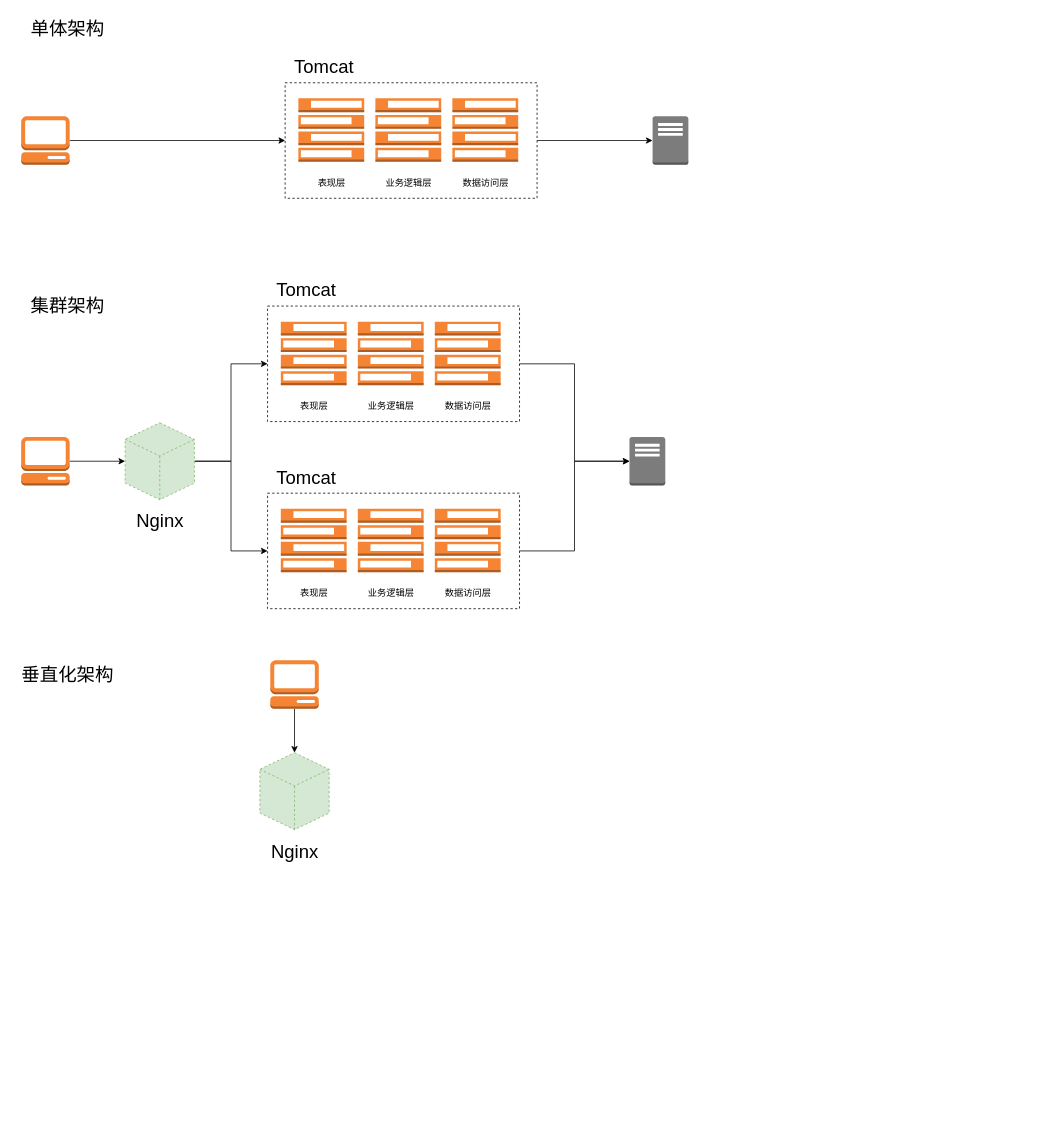
The draw.io diagram 微服务.drawio in LuOyEbY/draw-b, before the edit. Source tidied: cells renumbered, new cells numbered last; positions are measured from the earlier drawing's top-left corner, leaving out a move shared by most shapes. Both pictures are drawn from the tidied source at 77%, with x=0, y=0 at pixel (13, 13).
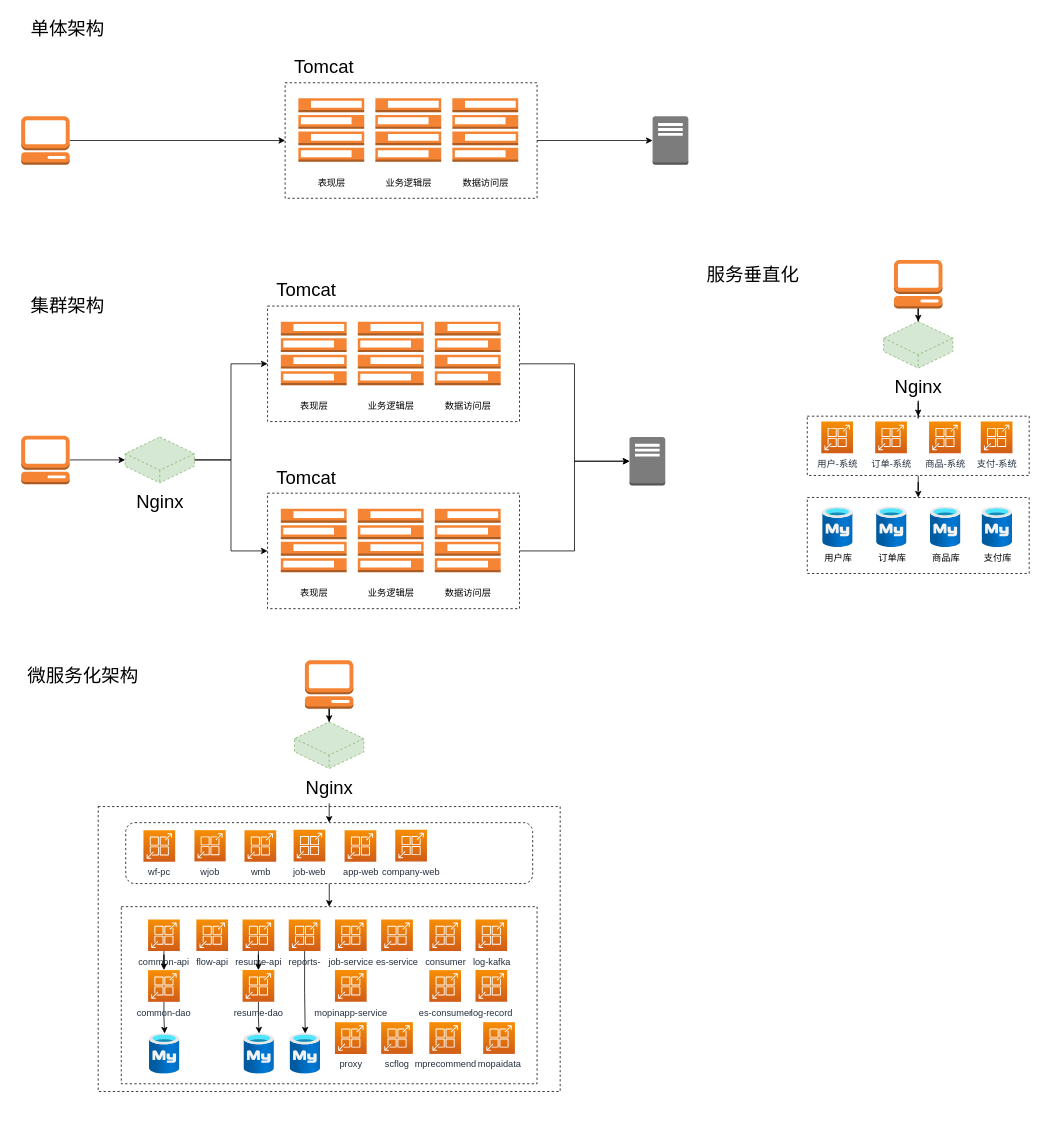
The same page after the edit.

Commit message (it also covers changes not shown here):
更新微服务.drawio

Unchanged cells that the change refers to:
```xml
<mxCell id="30" style="rounded=0;whiteSpace=wrap;html=1;dashed=1;" parent="29" vertex="1">
  <mxGeometry width="327.2" height="150" as="geometry" />
</mxCell>
```

Diff of the diagram source:
```diff
@@
+    <mxCell id="53" style="rounded=0;whiteSpace=wrap;html=1;dashed=1;fontSize=24;" parent="1" vertex="1">
+      <mxGeometry x="110" y="1030" width="600" height="370" as="geometry" />
+    </mxCell>
+    <mxCell id="54" style="edgeStyle=orthogonalEdgeStyle;rounded=0;jettySize=auto;html=1;fontSize=24;" parent="1" edge="1" source="55" target="57">
+      <mxGeometry relative="1" as="geometry" />
+    </mxCell>
+    <mxCell id="55" style="rounded=1;whiteSpace=wrap;html=1;dashed=1;fontSize=24;" parent="1" vertex="1">
+      <mxGeometry x="145.8" y="1050.9" width="528.5" height="79.1" as="geometry" />
+    </mxCell>
@@
     <mxCell id="17" style="outlineConnect=0;dashed=0;verticalLabelPosition=bottom;verticalAlign=top;align=center;html=1;shape=mxgraph.aws3.management_console;fillColor=#F58534;gradientColor=none;" parent="1" vertex="1">
-      <mxGeometry x="10" y="550" width="63" height="63" as="geometry" />
+      <mxGeometry x="10" y="548.3" width="63" height="63" as="geometry" />
     </mxCell>
@@
-    <mxCell id="42" style="edgeStyle=orthogonalEdgeStyle;rounded=0;jettySize=auto;html=1;fontSize=24;" parent="1" edge="1" source="48" target="30">
-      <mxGeometry relative="1" as="geometry" />
-    </mxCell>
@@
-    <mxCell id="44" value="垂直化架构" style="text;html=1;align=center;verticalAlign=middle;strokeColor=none;fillColor=none;fontSize=24;" parent="1" vertex="1">
-      <mxGeometry y="840" width="140" height="40" as="geometry" />
+    <mxCell id="44" value="微服务化架构" style="text;html=1;align=center;verticalAlign=middle;strokeColor=none;fillColor=none;fontSize=24;" parent="1" vertex="1">
+      <mxGeometry x="9" y="840" width="162" height="41" as="geometry" />
     </mxCell>
@@
     <mxCell id="46" style="outlineConnect=0;dashed=0;verticalLabelPosition=bottom;verticalAlign=top;align=center;html=1;shape=mxgraph.aws3.management_console;fillColor=#F58534;gradientColor=none;" parent="1" vertex="1">
-      <mxGeometry x="333.5" y="840" width="63" height="63" as="geometry" />
+      <mxGeometry x="378.5" y="840" width="63" height="63" as="geometry" />
     </mxCell>
     <mxCell id="47" style="group;" parent="1" vertex="1">
-      <mxGeometry x="145" y="531.5" width="90" height="148.5" as="geometry" />
+      <mxGeometry x="145" y="550" width="90" height="88.5" as="geometry" />
     </mxCell>
     <mxCell id="48" style="html=1;whiteSpace=wrap;shape=isoCube2;backgroundOutline=1;isoAngle=15;dashed=1;fontSize=24;fillColor=#d5e8d4;strokeColor=#82b366;" parent="47" vertex="1">
-      <mxGeometry width="90" height="100" as="geometry" />
+      <mxGeometry width="90" height="59.6" as="geometry" />
     </mxCell>
     <mxCell id="49" value="Nginx" style="text;html=1;align=center;verticalAlign=middle;strokeColor=none;fillColor=none;fontSize=24;" parent="47" vertex="1">
-      <mxGeometry x="5" y="108.5" width="80" height="40" as="geometry" />
+      <mxGeometry x="5" y="64.7" width="80" height="40" as="geometry" />
     </mxCell>
     <mxCell id="50" style="group;" parent="1" vertex="1">
-      <mxGeometry x="320" y="960" width="90" height="148.5" as="geometry" />
+      <mxGeometry x="365" y="920" width="90" height="90" as="geometry" />
     </mxCell>
     <mxCell id="51" style="html=1;whiteSpace=wrap;shape=isoCube2;backgroundOutline=1;isoAngle=15;dashed=1;fontSize=24;fillColor=#d5e8d4;strokeColor=#82b366;" parent="50" vertex="1">
-      <mxGeometry width="90" height="100" as="geometry" />
+      <mxGeometry width="90" height="60.6" as="geometry" />
     </mxCell>
     <mxCell id="52" value="Nginx" style="text;html=1;align=center;verticalAlign=middle;points=[];strokeColor=none;fillColor=none;fontSize=24;" parent="50" vertex="1">
-      <mxGeometry x="5" y="108.5" width="80" height="40" as="geometry" />
+      <mxGeometry x="5" y="65.8" width="80" height="40" as="geometry" />
     </mxCell>
+    <mxCell id="42" style="edgeStyle=orthogonalEdgeStyle;rounded=0;jettySize=auto;html=1;entryX=0;entryY=0.5;entryDx=0;entryDy=0;fontSize=24;" parent="1" edge="1" source="48" target="30">
+      <mxGeometry relative="1" as="geometry" />
+    </mxCell>
+    <mxCell id="56" style="group;" parent="1" vertex="1">
+      <mxGeometry x="140" y="1160" width="540" height="280" as="geometry" />
+    </mxCell>
+    <mxCell id="57" style="rounded=0;whiteSpace=wrap;html=1;dashed=1;fontSize=24;" parent="56" vertex="1">
+      <mxGeometry width="540" height="230" as="geometry" />
+    </mxCell>
+    <mxCell id="58" value="common-api" style="sketch=0;points=[[0,0,0],[0.25,0,0],[0.5,0,0],[0.75,0,0],[1,0,0],[0,1,0],[0.25,1,0],[0.5,1,0],[0.75,1,0],[1,1,0],[0,0.25,0],[0,0.5,0],[0,0.75,0],[1,0.25,0],[1,0.5,0],[1,0.75,0]];outlineConnect=0;fontColor=#232F3E;gradientColor=#F78E04;gradientDirection=north;fillColor=#D05C17;strokeColor=#ffffff;dashed=0;verticalLabelPosition=bottom;verticalAlign=top;align=center;html=1;fontSize=12;fontStyle=0;shape=mxgraph.aws4.resourceIcon;resIcon=mxgraph.aws4.app_runner;" parent="56" vertex="1">
+      <mxGeometry x="34.8" y="16.5" width="41.2" height="41.2" as="geometry" />
+    </mxCell>
+    <mxCell id="59" value="flow-api" style="sketch=0;fontColor=#232F3E;gradientColor=#F78E04;gradientDirection=north;fillColor=#D05C17;strokeColor=#ffffff;dashed=0;verticalLabelPosition=bottom;verticalAlign=top;align=center;html=1;fontSize=12;fontStyle=0;shape=mxgraph.aws4.resourceIcon;resIcon=mxgraph.aws4.app_runner;" parent="56" vertex="1">
+      <mxGeometry x="97.5" y="16.5" width="41.2" height="41.2" as="geometry" />
+    </mxCell>
+    <mxCell id="60" value="resume-api" style="sketch=0;points=[[0,0,0],[0.25,0,0],[0.5,0,0],[0.75,0,0],[1,0,0],[0,1,0],[0.25,1,0],[0.5,1,0],[0.75,1,0],[1,1,0],[0,0.25,0],[0,0.5,0],[0,0.75,0],[1,0.25,0],[1,0.5,0],[1,0.75,0]];outlineConnect=0;fontColor=#232F3E;gradientColor=#F78E04;gradientDirection=north;fillColor=#D05C17;strokeColor=#ffffff;dashed=0;verticalLabelPosition=bottom;verticalAlign=top;align=center;html=1;fontSize=12;fontStyle=0;shape=mxgraph.aws4.resourceIcon;resIcon=mxgraph.aws4.app_runner;" parent="56" vertex="1">
+      <mxGeometry x="157.5" y="16.5" width="41.2" height="41.2" as="geometry" />
+    </mxCell>
+    <mxCell id="61" style="html=1;points=[];align=center;image;fontSize=12;image=img/lib/azure2/databases/Azure_Database_MySQL_Server.svg;dashed=1;" parent="56" vertex="1">
+      <mxGeometry x="36.5" y="164.7" width="39.5" height="52.7" as="geometry" />
+    </mxCell>
+    <mxCell id="62" style="html=1;points=[];align=center;image;fontSize=12;image=img/lib/azure2/databases/Azure_Database_MySQL_Server.svg;dashed=1;" parent="56" vertex="1">
+      <mxGeometry x="159.2" y="164.7" width="39.5" height="52.7" as="geometry" />
+    </mxCell>
+    <mxCell id="63" style="edgeStyle=orthogonalEdgeStyle;rounded=0;jettySize=auto;html=1;fontSize=24;" parent="56" edge="1" source="64" target="61">
+      <mxGeometry relative="1" as="geometry" />
+    </mxCell>
+    <mxCell id="64" value="common-dao" style="sketch=0;points=[[0,0,0],[0.25,0,0],[0.5,0,0],[0.75,0,0],[1,0,0],[0,1,0],[0.25,1,0],[0.5,1,0],[0.75,1,0],[1,1,0],[0,0.25,0],[0,0.5,0],[0,0.75,0],[1,0.25,0],[1,0.5,0],[1,0.75,0]];outlineConnect=0;fontColor=#232F3E;gradientColor=#F78E04;gradientDirection=north;fillColor=#D05C17;strokeColor=#ffffff;dashed=0;verticalLabelPosition=bottom;verticalAlign=top;align=center;html=1;fontSize=12;fontStyle=0;shape=mxgraph.aws4.resourceIcon;resIcon=mxgraph.aws4.app_runner;" parent="56" vertex="1">
+      <mxGeometry x="34.8" y="82.4" width="41.2" height="41.2" as="geometry" />
+    </mxCell>
+    <mxCell id="65" style="edgeStyle=orthogonalEdgeStyle;rounded=0;jettySize=auto;html=1;fontSize=24;" parent="56" edge="1" source="58" target="64">
+      <mxGeometry relative="1" as="geometry" />
+    </mxCell>
+    <mxCell id="66" style="edgeStyle=orthogonalEdgeStyle;rounded=0;jettySize=auto;html=1;fontSize=24;" parent="56" edge="1" source="67" target="62">
+      <mxGeometry relative="1" as="geometry" />
+    </mxCell>
+    <mxCell id="67" value="resume-dao" style="sketch=0;points=[[0,0,0],[0.25,0,0],[0.5,0,0],[0.75,0,0],[1,0,0],[0,1,0],[0.25,1,0],[0.5,1,0],[0.75,1,0],[1,1,0],[0,0.25,0],[0,0.5,0],[0,0.75,0],[1,0.25,0],[1,0.5,0],[1,0.75,0]];outlineConnect=0;fontColor=#232F3E;gradientColor=#F78E04;gradientDirection=north;fillColor=#D05C17;strokeColor=#ffffff;dashed=0;verticalLabelPosition=bottom;verticalAlign=top;align=center;html=1;fontSize=12;fontStyle=0;shape=mxgraph.aws4.resourceIcon;resIcon=mxgraph.aws4.app_runner;" parent="56" vertex="1">
+      <mxGeometry x="157.5" y="82.4" width="41.2" height="41.2" as="geometry" />
+    </mxCell>
+    <mxCell id="68" style="edgeStyle=orthogonalEdgeStyle;rounded=0;jettySize=auto;html=1;fontSize=24;" parent="56" edge="1" source="60" target="67">
+      <mxGeometry relative="1" as="geometry" />
+    </mxCell>
+    <mxCell id="69" style="edgeStyle=orthogonalEdgeStyle;rounded=0;jettySize=auto;html=1;fontSize=24;" parent="56" edge="1" source="70" target="71">
+      <mxGeometry relative="1" as="geometry" />
+    </mxCell>
+    <mxCell id="70" value="reports-" style="sketch=0;points=[[0,0,0],[0.25,0,0],[0.5,0,0],[0.75,0,0],[1,0,0],[0,1,0],[0.25,1,0],[0.5,1,0],[0.75,1,0],[1,1,0],[0,0.25,0],[0,0.5,0],[0,0.75,0],[1,0.25,0],[1,0.5,0],[1,0.75,0]];outlineConnect=0;fontColor=#232F3E;gradientColor=#F78E04;gradientDirection=north;fillColor=#D05C17;strokeColor=#ffffff;dashed=0;verticalLabelPosition=bottom;verticalAlign=top;align=center;html=1;fontSize=12;fontStyle=0;shape=mxgraph.aws4.resourceIcon;resIcon=mxgraph.aws4.app_runner;" parent="56" vertex="1">
+      <mxGeometry x="217.5" y="16.5" width="41.2" height="41.2" as="geometry" />
+    </mxCell>
+    <mxCell id="71" style="html=1;points=[];align=center;image;fontSize=12;image=img/lib/azure2/databases/Azure_Database_MySQL_Server.svg;dashed=1;" parent="56" vertex="1">
+      <mxGeometry x="219.1" y="164.7" width="39.5" height="52.7" as="geometry" />
+    </mxCell>
+    <mxCell id="72" value="job-service" style="sketch=0;fontColor=#232F3E;gradientColor=#F78E04;gradientDirection=north;fillColor=#D05C17;strokeColor=#ffffff;dashed=0;verticalLabelPosition=bottom;verticalAlign=top;align=center;html=1;fontSize=12;fontStyle=0;shape=mxgraph.aws4.resourceIcon;resIcon=mxgraph.aws4.app_runner;" parent="56" vertex="1">
+      <mxGeometry x="277.5" y="16.5" width="41.2" height="41.2" as="geometry" />
+    </mxCell>
+    <mxCell id="73" value="es-service" style="sketch=0;fontColor=#232F3E;gradientColor=#F78E04;gradientDirection=north;fillColor=#D05C17;strokeColor=#ffffff;dashed=0;verticalLabelPosition=bottom;verticalAlign=top;align=center;html=1;fontSize=12;fontStyle=0;shape=mxgraph.aws4.resourceIcon;resIcon=mxgraph.aws4.app_runner;" parent="56" vertex="1">
+      <mxGeometry x="337.5" y="16.5" width="41.2" height="41.2" as="geometry" />
+    </mxCell>
+    <mxCell id="74" value="mopinapp-service" style="sketch=0;fontColor=#232F3E;gradientColor=#F78E04;gradientDirection=north;fillColor=#D05C17;strokeColor=#ffffff;dashed=0;verticalLabelPosition=bottom;verticalAlign=top;align=center;html=1;fontSize=12;fontStyle=0;shape=mxgraph.aws4.resourceIcon;resIcon=mxgraph.aws4.app_runner;" parent="56" vertex="1">
+      <mxGeometry x="277.5" y="82.4" width="41.2" height="41.2" as="geometry" />
+    </mxCell>
+    <mxCell id="75" value="consumer" style="sketch=0;fontColor=#232F3E;gradientColor=#F78E04;gradientDirection=north;fillColor=#D05C17;strokeColor=#ffffff;dashed=0;verticalLabelPosition=bottom;verticalAlign=top;align=center;html=1;fontSize=12;fontStyle=0;shape=mxgraph.aws4.resourceIcon;resIcon=mxgraph.aws4.app_runner;" parent="56" vertex="1">
+      <mxGeometry x="400" y="16.5" width="41.2" height="41.2" as="geometry" />
+    </mxCell>
+    <mxCell id="76" value="es-consumer" style="sketch=0;fontColor=#232F3E;gradientColor=#F78E04;gradientDirection=north;fillColor=#D05C17;strokeColor=#ffffff;dashed=0;verticalLabelPosition=bottom;verticalAlign=top;align=center;html=1;fontSize=12;fontStyle=0;shape=mxgraph.aws4.resourceIcon;resIcon=mxgraph.aws4.app_runner;" parent="56" vertex="1">
+      <mxGeometry x="400" y="82.4" width="41.2" height="41.2" as="geometry" />
+    </mxCell>
+    <mxCell id="77" value="proxy" style="sketch=0;fontColor=#232F3E;gradientColor=#F78E04;gradientDirection=north;fillColor=#D05C17;strokeColor=#ffffff;dashed=0;verticalLabelPosition=bottom;verticalAlign=top;align=center;html=1;fontSize=12;fontStyle=0;shape=mxgraph.aws4.resourceIcon;resIcon=mxgraph.aws4.app_runner;" parent="56" vertex="1">
+      <mxGeometry x="277.5" y="150" width="41.2" height="41.2" as="geometry" />
+    </mxCell>
+    <mxCell id="78" value="log-kafka" style="sketch=0;fontColor=#232F3E;gradientColor=#F78E04;gradientDirection=north;fillColor=#D05C17;strokeColor=#ffffff;dashed=0;verticalLabelPosition=bottom;verticalAlign=top;align=center;html=1;fontSize=12;fontStyle=0;shape=mxgraph.aws4.resourceIcon;resIcon=mxgraph.aws4.app_runner;" parent="56" vertex="1">
+      <mxGeometry x="460" y="16.5" width="41.2" height="41.2" as="geometry" />
+    </mxCell>
+    <mxCell id="79" value="scflog" style="sketch=0;fontColor=#232F3E;gradientColor=#F78E04;gradientDirection=north;fillColor=#D05C17;strokeColor=#ffffff;dashed=0;verticalLabelPosition=bottom;verticalAlign=top;align=center;html=1;fontSize=12;fontStyle=0;shape=mxgraph.aws4.resourceIcon;resIcon=mxgraph.aws4.app_runner;" parent="56" vertex="1">
+      <mxGeometry x="337.5" y="150" width="41.2" height="41.2" as="geometry" />
+    </mxCell>
+    <mxCell id="80" value="log-record" style="sketch=0;fontColor=#232F3E;gradientColor=#F78E04;gradientDirection=north;fillColor=#D05C17;strokeColor=#ffffff;dashed=0;verticalLabelPosition=bottom;verticalAlign=top;align=center;html=1;fontSize=12;fontStyle=0;shape=mxgraph.aws4.resourceIcon;resIcon=mxgraph.aws4.app_runner;" parent="56" vertex="1">
+      <mxGeometry x="460" y="82.4" width="41.2" height="41.2" as="geometry" />
+    </mxCell>
+    <mxCell id="81" value="mprecommend" style="sketch=0;fontColor=#232F3E;gradientColor=#F78E04;gradientDirection=north;fillColor=#D05C17;strokeColor=#ffffff;dashed=0;verticalLabelPosition=bottom;verticalAlign=top;align=center;html=1;fontSize=12;fontStyle=0;shape=mxgraph.aws4.resourceIcon;resIcon=mxgraph.aws4.app_runner;" parent="56" vertex="1">
+      <mxGeometry x="400" y="150" width="41.2" height="41.2" as="geometry" />
+    </mxCell>
+    <mxCell id="82" value="mopaidata&lt;br&gt;" style="sketch=0;fontColor=#232F3E;gradientColor=#F78E04;gradientDirection=north;fillColor=#D05C17;strokeColor=#ffffff;dashed=0;verticalLabelPosition=bottom;verticalAlign=top;align=center;html=1;fontSize=12;fontStyle=0;shape=mxgraph.aws4.resourceIcon;resIcon=mxgraph.aws4.app_runner;" parent="56" vertex="1">
+      <mxGeometry x="470" y="150" width="41.2" height="41.2" as="geometry" />
+    </mxCell>
+    <mxCell id="83" value="wf-pc" style="sketch=0;fontColor=#232F3E;gradientColor=#F78E04;gradientDirection=north;fillColor=#D05C17;strokeColor=#ffffff;dashed=0;verticalLabelPosition=bottom;verticalAlign=top;align=center;html=1;fontSize=12;fontStyle=0;shape=mxgraph.aws4.resourceIcon;resIcon=mxgraph.aws4.app_runner;" parent="1" vertex="1">
+      <mxGeometry x="168.8" y="1060.6" width="41.2" height="41.2" as="geometry" />
+    </mxCell>
+    <mxCell id="84" value="wjob" style="sketch=0;fontColor=#232F3E;gradientColor=#F78E04;gradientDirection=north;fillColor=#D05C17;strokeColor=#ffffff;dashed=0;verticalLabelPosition=bottom;verticalAlign=top;align=center;html=1;fontSize=12;fontStyle=0;shape=mxgraph.aws4.resourceIcon;resIcon=mxgraph.aws4.app_runner;" parent="1" vertex="1">
+      <mxGeometry x="235" y="1060.6" width="40.6" height="40.6" as="geometry" />
+    </mxCell>
+    <mxCell id="85" value="wmb" style="sketch=0;fontColor=#232F3E;gradientColor=#F78E04;gradientDirection=north;fillColor=#D05C17;strokeColor=#ffffff;dashed=0;verticalLabelPosition=bottom;verticalAlign=top;align=center;html=1;fontSize=12;fontStyle=0;shape=mxgraph.aws4.resourceIcon;resIcon=mxgraph.aws4.app_runner;" parent="1" vertex="1">
+      <mxGeometry x="300" y="1060.6" width="41.2" height="41.2" as="geometry" />
+    </mxCell>
+    <mxCell id="86" style="edgeStyle=orthogonalEdgeStyle;rounded=0;jettySize=auto;html=1;entryX=0.5;entryY=0;entryDx=0;entryDy=0;fontSize=24;" parent="1" edge="1" source="52" target="55">
+      <mxGeometry relative="1" as="geometry" />
+    </mxCell>
+    <mxCell id="87" value="job-web" style="sketch=0;fontColor=#232F3E;gradientColor=#F78E04;gradientDirection=north;fillColor=#D05C17;strokeColor=#ffffff;dashed=0;verticalLabelPosition=bottom;verticalAlign=top;align=center;html=1;fontSize=12;fontStyle=0;shape=mxgraph.aws4.resourceIcon;resIcon=mxgraph.aws4.app_runner;" parent="1" vertex="1">
+      <mxGeometry x="363.8" y="1060" width="41.2" height="41.2" as="geometry" />
+    </mxCell>
+    <mxCell id="88" value="app-web" style="sketch=0;fontColor=#232F3E;gradientColor=#F78E04;gradientDirection=north;fillColor=#D05C17;strokeColor=#ffffff;dashed=0;verticalLabelPosition=bottom;verticalAlign=top;align=center;html=1;fontSize=12;fontStyle=0;shape=mxgraph.aws4.resourceIcon;resIcon=mxgraph.aws4.app_runner;" parent="1" vertex="1">
+      <mxGeometry x="430" y="1060.6" width="41.2" height="41.2" as="geometry" />
+    </mxCell>
+    <mxCell id="89" value="company-web" style="sketch=0;fontColor=#232F3E;gradientColor=#F78E04;gradientDirection=north;fillColor=#D05C17;strokeColor=#ffffff;dashed=0;verticalLabelPosition=bottom;verticalAlign=top;align=center;html=1;fontSize=12;fontStyle=0;shape=mxgraph.aws4.resourceIcon;resIcon=mxgraph.aws4.app_runner;" parent="1" vertex="1">
+      <mxGeometry x="495.8" y="1060" width="41.2" height="41.2" as="geometry" />
+    </mxCell>
+    <mxCell id="90" style="edgeStyle=orthogonalEdgeStyle;rounded=0;jettySize=auto;html=1;entryX=0.5;entryY=0;entryDx=0;entryDy=0;entryPerimeter=0;fontSize=24;" parent="1" edge="1" source="91" target="93">
+      <mxGeometry relative="1" as="geometry" />
+    </mxCell>
+    <mxCell id="91" style="outlineConnect=0;dashed=0;verticalLabelPosition=bottom;verticalAlign=top;align=center;html=1;shape=mxgraph.aws3.management_console;fillColor=#F58534;gradientColor=none;" parent="1" vertex="1">
+      <mxGeometry x="1143.5" y="320" width="63" height="63" as="geometry" />
+    </mxCell>
+    <mxCell id="92" style="group;" parent="1" vertex="1">
+      <mxGeometry x="1130" y="400" width="90" height="90" as="geometry" />
+    </mxCell>
+    <mxCell id="93" style="html=1;whiteSpace=wrap;shape=isoCube2;backgroundOutline=1;isoAngle=15;dashed=1;fontSize=24;fillColor=#d5e8d4;strokeColor=#82b366;" parent="92" vertex="1">
+      <mxGeometry width="90" height="60.6" as="geometry" />
+    </mxCell>
+    <mxCell id="94" value="Nginx" style="text;html=1;align=center;verticalAlign=middle;points=[];strokeColor=none;fillColor=none;fontSize=24;" parent="92" vertex="1">
+      <mxGeometry x="5" y="65.8" width="80" height="40" as="geometry" />
+    </mxCell>
+    <mxCell id="95" style="edgeStyle=orthogonalEdgeStyle;rounded=0;jettySize=auto;html=1;entryX=0.5;entryY=0;entryDx=0;entryDy=0;fontSize=24;" parent="1" edge="1" source="96" target="101">
+      <mxGeometry relative="1" as="geometry" />
+    </mxCell>
+    <mxCell id="96" style="rounded=0;whiteSpace=wrap;html=1;dashed=1;fontSize=24;" parent="1" vertex="1">
+      <mxGeometry x="1030.9" y="523" width="288.2" height="77" as="geometry" />
+    </mxCell>
+    <mxCell id="97" value="用户-系统" style="sketch=0;fontColor=#232F3E;gradientColor=#F78E04;gradientDirection=north;fillColor=#D05C17;strokeColor=#ffffff;dashed=0;verticalLabelPosition=bottom;verticalAlign=top;align=center;html=1;fontSize=12;fontStyle=0;shape=mxgraph.aws4.resourceIcon;resIcon=mxgraph.aws4.app_runner;" parent="1" vertex="1">
+      <mxGeometry x="1049.1" y="530" width="41.2" height="41.2" as="geometry" />
+    </mxCell>
+    <mxCell id="98" value="订单-系统" style="sketch=0;fontColor=#232F3E;gradientColor=#F78E04;gradientDirection=north;fillColor=#D05C17;strokeColor=#ffffff;dashed=0;verticalLabelPosition=bottom;verticalAlign=top;align=center;html=1;fontSize=12;fontStyle=0;shape=mxgraph.aws4.resourceIcon;resIcon=mxgraph.aws4.app_runner;" parent="1" vertex="1">
+      <mxGeometry x="1119.1" y="530" width="41.2" height="41.2" as="geometry" />
+    </mxCell>
+    <mxCell id="99" value="商品-系统" style="sketch=0;fontColor=#232F3E;gradientColor=#F78E04;gradientDirection=north;fillColor=#D05C17;strokeColor=#ffffff;dashed=0;verticalLabelPosition=bottom;verticalAlign=top;align=center;html=1;fontSize=12;fontStyle=0;shape=mxgraph.aws4.resourceIcon;resIcon=mxgraph.aws4.app_runner;" parent="1" vertex="1">
+      <mxGeometry x="1189.1" y="530" width="41.2" height="41.2" as="geometry" />
+    </mxCell>
+    <mxCell id="100" value="支付-系统" style="sketch=0;fontColor=#232F3E;gradientColor=#F78E04;gradientDirection=north;fillColor=#D05C17;strokeColor=#ffffff;dashed=0;verticalLabelPosition=bottom;verticalAlign=top;align=center;html=1;fontSize=12;fontStyle=0;shape=mxgraph.aws4.resourceIcon;resIcon=mxgraph.aws4.app_runner;" parent="1" vertex="1">
+      <mxGeometry x="1256.2" y="530" width="41.2" height="41.2" as="geometry" />
+    </mxCell>
+    <mxCell id="101" style="rounded=0;whiteSpace=wrap;html=1;dashed=1;fontSize=24;" parent="1" vertex="1">
+      <mxGeometry x="1030.9" y="628.6" width="288.2" height="98.7" as="geometry" />
+    </mxCell>
+    <mxCell id="102" value="用户库" style="html=1;align=center;image;fontSize=12;image=img/lib/azure2/databases/Azure_Database_MySQL_Server.svg;dashed=1;" parent="1" vertex="1">
+      <mxGeometry x="1050.8" y="640.8" width="39.5" height="52.7" as="geometry" />
+    </mxCell>
+    <mxCell id="103" value="订单库" style="html=1;align=center;image;fontSize=12;image=img/lib/azure2/databases/Azure_Database_MySQL_Server.svg;dashed=1;" parent="1" vertex="1">
+      <mxGeometry x="1120.8" y="640.8" width="39.5" height="52.7" as="geometry" />
+    </mxCell>
+    <mxCell id="104" value="商品库" style="html=1;align=center;image;fontSize=12;image=img/lib/azure2/databases/Azure_Database_MySQL_Server.svg;dashed=1;" parent="1" vertex="1">
+      <mxGeometry x="1190.8" y="640.8" width="39.5" height="52.7" as="geometry" />
+    </mxCell>
+    <mxCell id="105" value="支付库" style="html=1;align=center;image;fontSize=12;image=img/lib/azure2/databases/Azure_Database_MySQL_Server.svg;dashed=1;" parent="1" vertex="1">
+      <mxGeometry x="1257.8" y="640.8" width="39.5" height="52.7" as="geometry" />
+    </mxCell>
+    <mxCell id="106" value="服务垂直化" style="text;html=1;align=center;verticalAlign=middle;strokeColor=none;fillColor=none;fontSize=24;" parent="1" vertex="1">
+      <mxGeometry x="890" y="320" width="140" height="40" as="geometry" />
+    </mxCell>
+    <mxCell id="107" style="edgeStyle=orthogonalEdgeStyle;rounded=0;jettySize=auto;html=1;entryX=0.5;entryY=0;entryDx=0;entryDy=0;fontSize=24;" parent="1" edge="1" source="94" target="96">
+      <mxGeometry relative="1" as="geometry" />
+    </mxCell>
```
